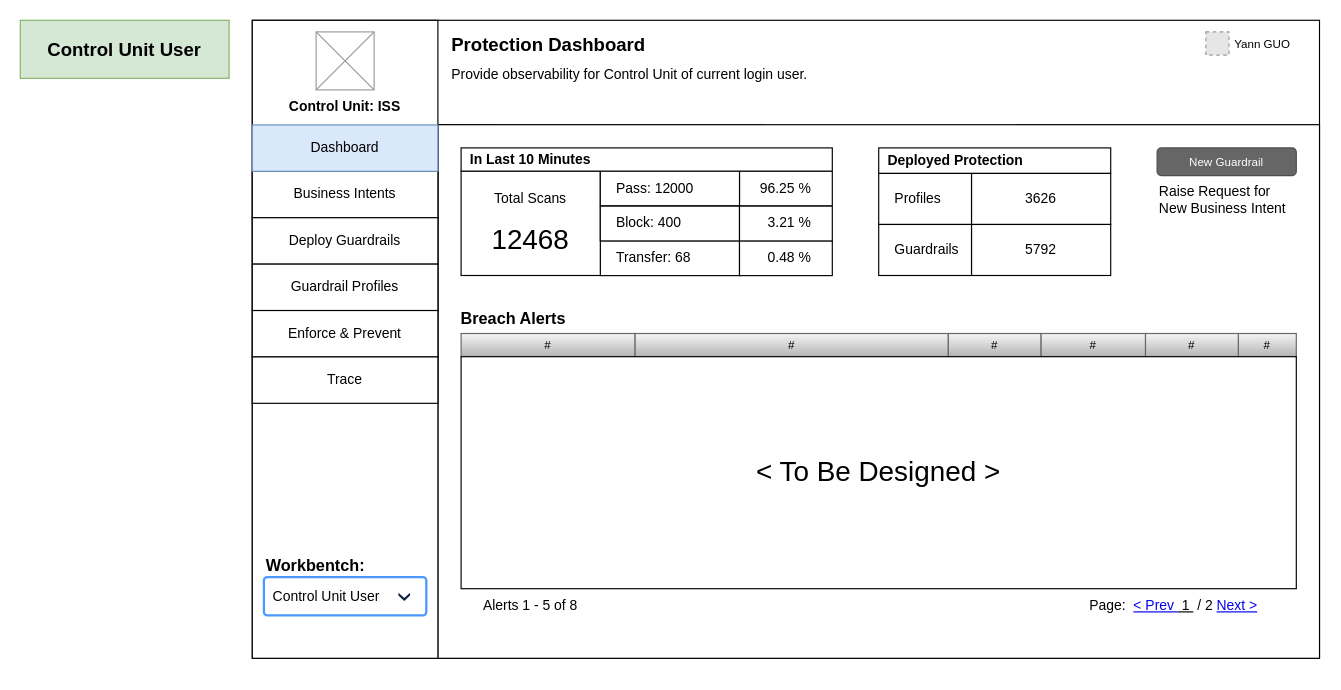
thinker-g/fx-drive keeps this draw.io diagram as page "CUU-Dashboard" (3 of 20) of NMGR.drawio. Above is the earlier version. Source tidied: cells renumbered, new cells numbered last; positions are measured from the earlier drawing's top-left corner, leaving out a move shared by most shapes. Both pictures are drawn from the tidied source at 116%, with x=0, y=0 at pixel (20, 20). Pictures stored in the file or linked from it are replaced by grey dashed boxes.
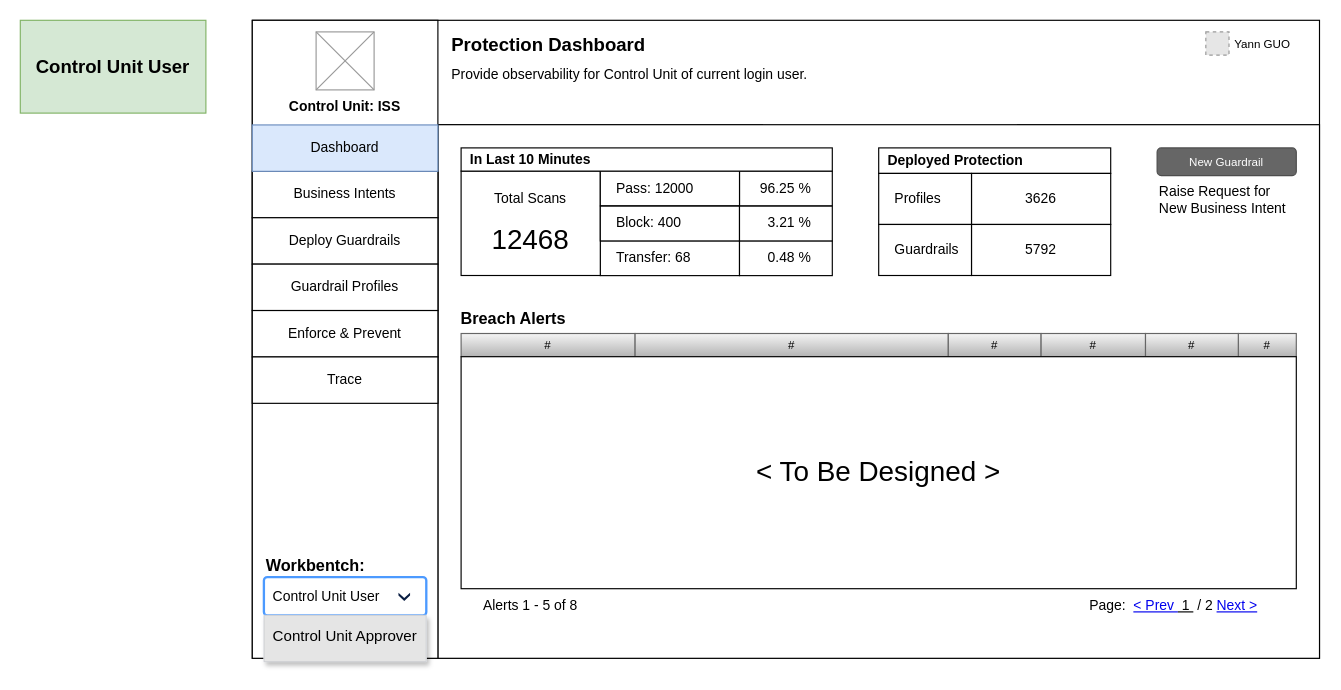
The same page after the edit.

The edit, as a diff of the source:
```diff
@@
     <mxCell id="50" value="Control Unit&amp;nbsp;&lt;span style=&quot;background-color: transparent; color: light-dark(rgb(0, 0, 0), rgb(255, 255, 255));&quot;&gt;User&lt;/span&gt;" style="text;html=1;whiteSpace=wrap;overflow=hidden;rounded=0;spacing=0;spacingLeft=0;verticalAlign=middle;fontSize=16;spacingBottom=0;align=center;fontStyle=1;fillColor=#d5e8d4;strokeColor=#82b366;" parent="1" vertex="1">
-      <mxGeometry width="180" height="50" as="geometry" />
+      <mxGeometry width="160" height="80" as="geometry" />
     </mxCell>
+    <mxCell id="51" value="&lt;div&gt;&lt;font style=&quot;font-size: 13px;&quot;&gt;Control Unit Approver&lt;/font&gt;&lt;/div&gt;&lt;div&gt;&lt;br&gt;&lt;/div&gt;" style="html=1;rounded=1;fillColor=#ffffff;strokeColor=#DFE1E5;fontSize=12;align=left;fontColor=#000000;shadow=1;arcSize=1;whiteSpace=wrap;spacing=0;verticalAlign=top;fontStyle=0;spacingLeft=8;spacingTop=6;" parent="1" vertex="1">
+      <mxGeometry x="210" y="513" width="140" height="40" as="geometry" />
+    </mxCell>
+    <mxCell id="52" style="rounded=0;fillColor=#000000;strokeColor=none;html=1;opacity=10;" parent="51" vertex="1">
+      <mxGeometry width="140" height="40" relative="1" as="geometry" />
+    </mxCell>
```
